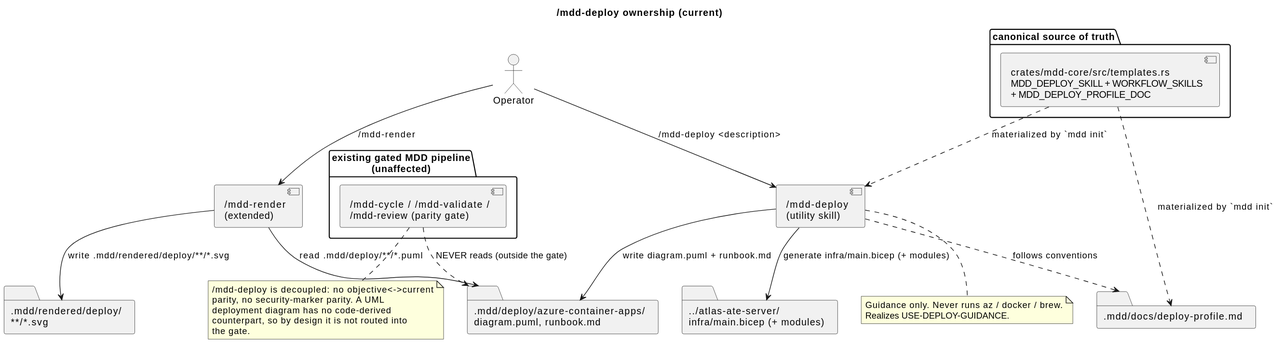
Before: .mdd/rendered/map/components/deploy-guidance.svg, a diagram exported from PlantUML (cthadeufaria/model-driven-development).
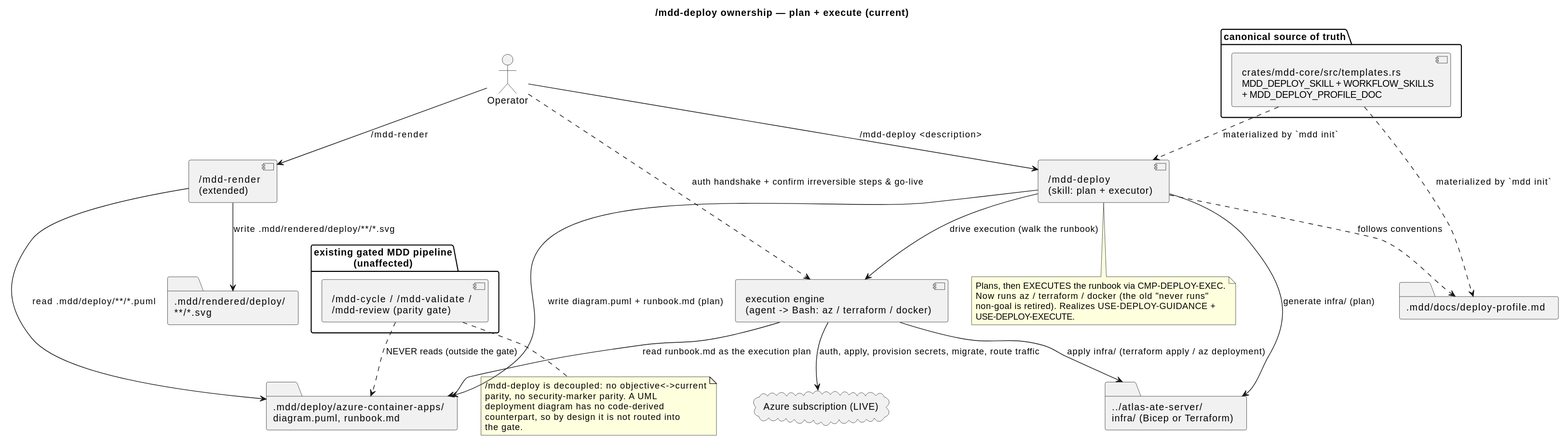
The same file after the commit.

What changed in the source:
```diff
@@ -1,15 +1,17 @@
 @startuml
-title /mdd-deploy ownership (current)
+title /mdd-deploy ownership — plan + execute (current)
 
 actor "Operator" as Op
 
-component "/mdd-deploy\n(utility skill)" as Skill
+component "/mdd-deploy\n(skill: plan + executor)" as Skill
 component "/mdd-render\n(extended)" as Render
+component "execution engine\n(agent -> Bash: az / terraform / docker)" as Exec
 
 folder ".mdd/deploy/azure-container-apps/\ndiagram.puml, runbook.md" as Store
-folder "../atlas-ate-server/\ninfra/main.bicep (+ modules)" as Target
+folder "../atlas-ate-server/\ninfra/ (Bicep or Terraform)" as Target
 folder ".mdd/rendered/deploy/\n**/*.svg" as Rendered
 folder ".mdd/docs/deploy-profile.md" as ProfileDoc
+cloud "Azure subscription (LIVE)" as Az
 
 package "canonical source of truth" {
   component "crates/mdd-core/src/templates.rs\nMDD_DEPLOY_SKILL + WORKFLOW_SKILLS\n+ MDD_DEPLOY_PROFILE_DOC" as Templates
@@ -22,17 +24,24 @@
 Op --> Skill : /mdd-deploy <description>
 Templates ..> Skill : materialized by `mdd init`
 Templates ..> ProfileDoc : materialized by `mdd init`
-Skill --> Store : write diagram.puml + runbook.md
-Skill --> Target : generate infra/main.bicep (+ modules)
+Skill --> Store : write diagram.puml + runbook.md (plan)
+Skill --> Target : generate infra/ (plan)
 Skill ..> ProfileDoc : follows conventions
+Skill --> Exec : drive execution (walk the runbook)
+Exec --> Store : read runbook.md as the execution plan
+Exec --> Target : apply infra/ (terraform apply / az deployment)
+Exec --> Az : auth, apply, provision secrets, migrate, route traffic
+Op ..> Exec : auth handshake + confirm irreversible steps & go-live
 Op --> Render : /mdd-render
 Render --> Store : read .mdd/deploy/**/*.puml
 Render --> Rendered : write .mdd/rendered/deploy/**/*.svg
 Gate ..> Store : NEVER reads (outside the gate)
 
 note bottom of Skill
-  Guidance only. Never runs az / docker / brew.
-  Realizes USE-DEPLOY-GUIDANCE.
+  Plans, then EXECUTES the runbook via CMP-DEPLOY-EXEC.
+  Now runs az / terraform / docker (the old "never runs"
+  non-goal is retired). Realizes USE-DEPLOY-GUIDANCE +
+  USE-DEPLOY-EXECUTE.
 end note
 
 note bottom of Gate
```
